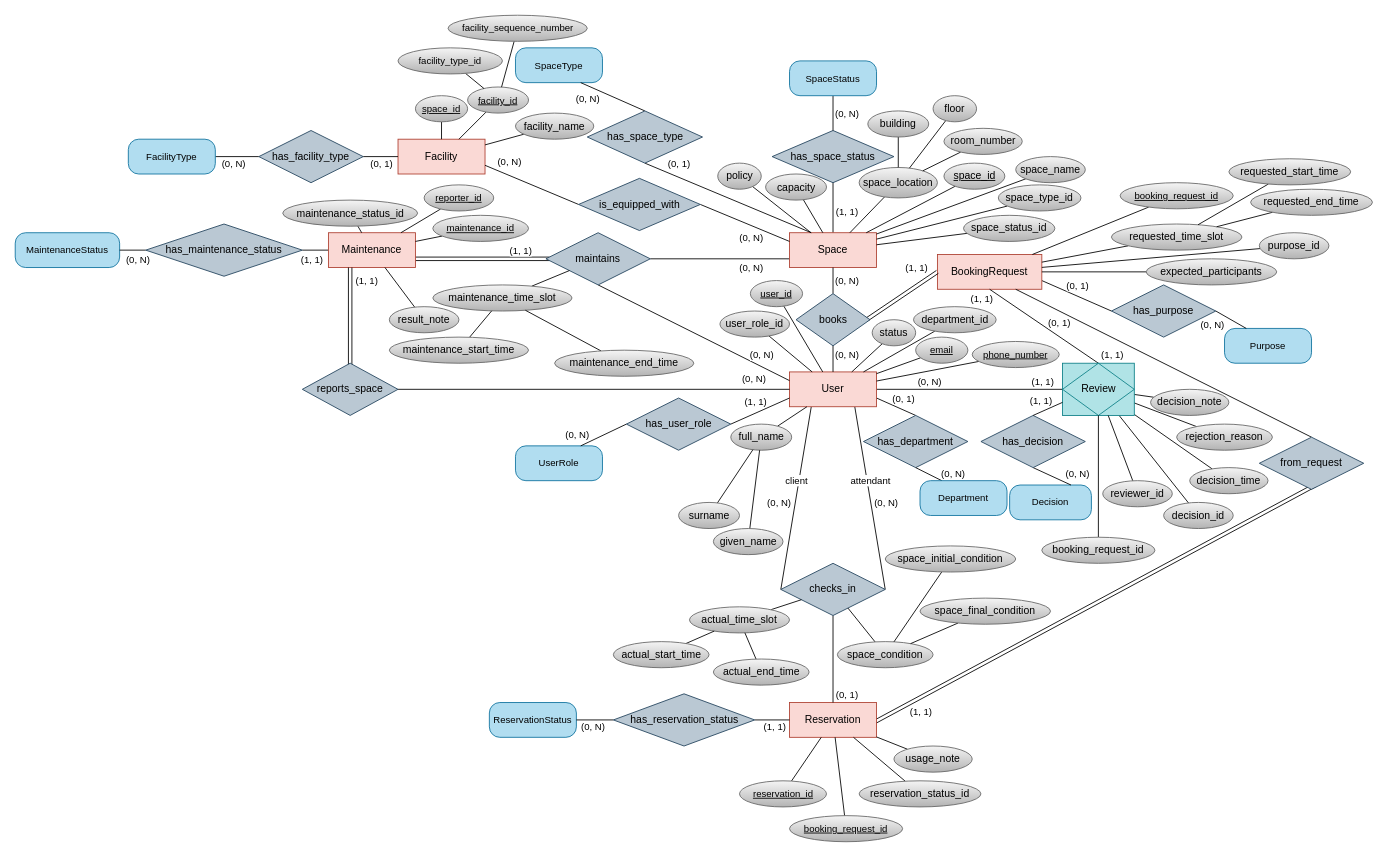
Above: assets/conceptual.drawio in fungusdesu/cs486-project (draw.io), before the change. Source tidied: cells renumbered, new cells numbered last; positions are measured from the earlier drawing's top-left corner, leaving out a move shared by most shapes. Both pictures are drawn from the tidied source at 87%, with x=0, y=0 at pixel (15, 15).
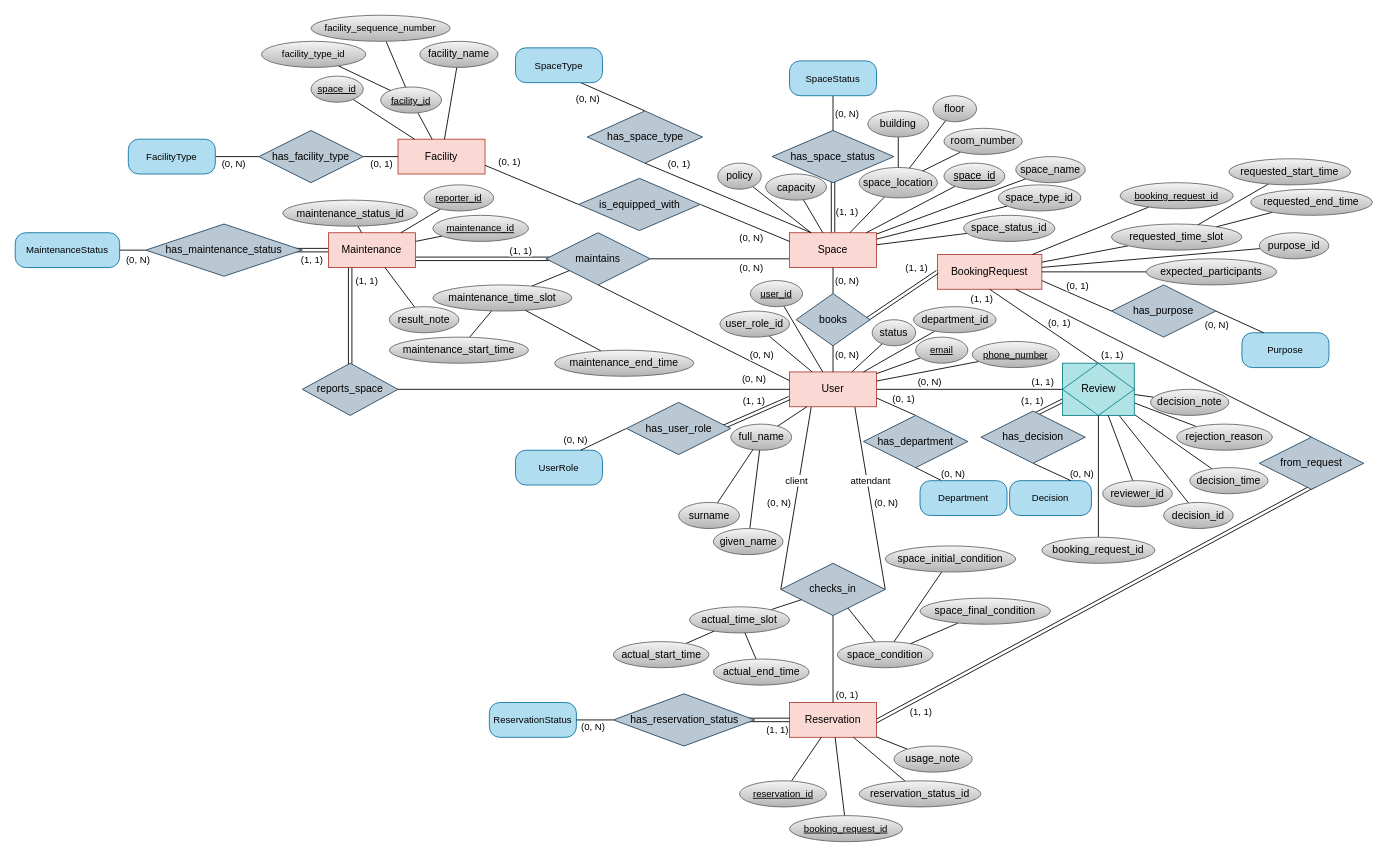
After the change.

Commit message (it also covers changes not shown here):
added bkp files to gitignore and fixred svg diagram conceptual

The change refers to these unchanged cells:
```xml
<mxCell id="6" value="&lt;div&gt;Space&lt;/div&gt;" style="whiteSpace=wrap;html=1;align=center;fillColor=#fad9d5;strokeColor=#ae4132;" parent="1" vertex="1">
  <mxGeometry x="890" y="250" width="100" height="40" as="geometry" />
</mxCell>
<mxCell id="13" value="&lt;div&gt;User&lt;/div&gt;" style="whiteSpace=wrap;html=1;align=center;fillColor=#fad9d5;strokeColor=#ae4132;" parent="1" vertex="1">
  <mxGeometry x="890" y="410" width="100" height="40" as="geometry" />
</mxCell>
<mxCell id="16" value="&lt;div&gt;Reservation&lt;/div&gt;" style="whiteSpace=wrap;html=1;align=center;fillColor=#fad9d5;strokeColor=#ae4132;" parent="1" vertex="1">
  <mxGeometry x="890" y="790" width="100" height="40" as="geometry" />
</mxCell>
<mxCell id="19" value="Maintenance" style="whiteSpace=wrap;html=1;align=center;fillColor=#fad9d5;strokeColor=#ae4132;" parent="1" vertex="1">
  <mxGeometry x="360" y="250" width="100" height="40" as="geometry" />
</mxCell>
<mxCell id="20" style="rounded=0;jettySize=auto;html=1;endArrow=none;endFill=0;exitX=0;exitY=0.5;exitDx=0;exitDy=0;entryX=1;entryY=0.75;entryDx=0;entryDy=0;" parent="1" edge="1" source="23" target="3">
  <mxGeometry relative="1" as="geometry" />
</mxCell>
<mxCell id="156" value="&lt;div&gt;Review&lt;/div&gt;" style="shape=associativeEntity;whiteSpace=wrap;html=1;align=center;fillColor=#b0e3e6;strokeColor=#0e8088;" parent="1" vertex="1">
  <mxGeometry x="1203.8" y="400" width="82.5" height="60" as="geometry" />
</mxCell>
<mxCell id="175" value="has_space_status" style="shape=rhombus;perimeter=rhombusPerimeter;whiteSpace=wrap;html=1;align=center;strokeColor=#23445d;verticalAlign=middle;fontFamily=Helvetica;fontSize=12;fillColor=#bac8d3;fontColor=default;" parent="1" vertex="1">
  <mxGeometry x="870" y="132.5" width="140" height="60" as="geometry" />
</mxCell>
<mxCell id="205" value="has_reservation_status" style="shape=rhombus;perimeter=rhombusPerimeter;whiteSpace=wrap;html=1;align=center;strokeColor=#23445d;verticalAlign=middle;fontFamily=Helvetica;fontSize=12;fillColor=#bac8d3;fontColor=default;" parent="1" vertex="1">
  <mxGeometry x="687.5" y="780" width="162.5" height="60" as="geometry" />
</mxCell>
<mxCell id="210" value="has_maintenance_status" style="shape=rhombus;perimeter=rhombusPerimeter;whiteSpace=wrap;html=1;align=center;strokeColor=#23445d;verticalAlign=middle;fontFamily=Helvetica;fontSize=12;fillColor=#bac8d3;fontColor=default;" parent="1" vertex="1">
  <mxGeometry x="150" y="240" width="180" height="60" as="geometry" />
</mxCell>
```

What changed in the source:
```diff
@@
+    <mxCell id="199" style="edgeStyle=none;shape=link;rounded=0;jettySize=auto;html=1;exitX=0.076;exitY=0.667;exitDx=0;exitDy=0;entryX=0.417;entryY=0.167;entryDx=0;entryDy=0;strokeColor=default;align=center;verticalAlign=middle;fontFamily=Helvetica;fontSize=11;fontColor=default;labelBackgroundColor=default;endArrow=none;endFill=0;exitPerimeter=0;entryPerimeter=0;" parent="1" edge="1" source="156" target="198">
+      <mxGeometry relative="1" as="geometry" />
+    </mxCell>
@@
-    <mxCell id="5" style="edgeStyle=none;shape=connector;rounded=0;jettySize=auto;html=1;exitX=0.5;exitY=0;exitDx=0;exitDy=0;entryX=0.5;entryY=1;entryDx=0;entryDy=0;strokeColor=default;align=center;verticalAlign=middle;fontFamily=Helvetica;fontSize=11;fontColor=default;labelBackgroundColor=default;endArrow=none;endFill=0;" parent="1" edge="1" source="6" target="175">
+    <mxCell id="5" style="edgeStyle=none;shape=link;rounded=0;jettySize=auto;html=1;exitX=0.5;exitY=0;exitDx=0;exitDy=0;strokeColor=default;align=center;verticalAlign=middle;fontFamily=Helvetica;fontSize=11;fontColor=default;labelBackgroundColor=default;endArrow=none;endFill=0;curved=0;entryX=0.5;entryY=0.792;entryDx=0;entryDy=0;entryPerimeter=0;" parent="1" edge="1" source="6" target="175">
       <mxGeometry relative="1" as="geometry" />
     </mxCell>
@@
-    <mxCell id="18" style="edgeStyle=none;shape=connector;rounded=0;jettySize=auto;html=1;exitX=0;exitY=0.5;exitDx=0;exitDy=0;entryX=1;entryY=0.5;entryDx=0;entryDy=0;strokeColor=default;align=center;verticalAlign=middle;fontFamily=Helvetica;fontSize=11;fontColor=default;labelBackgroundColor=default;endArrow=none;endFill=0;" parent="1" edge="1" source="19" target="210">
+    <mxCell id="18" style="edgeStyle=none;shape=link;rounded=0;jettySize=auto;html=1;exitX=0;exitY=0.5;exitDx=0;exitDy=0;strokeColor=default;align=center;verticalAlign=middle;fontFamily=Helvetica;fontSize=11;fontColor=default;labelBackgroundColor=default;endArrow=none;endFill=0;entryX=0.944;entryY=0.5;entryDx=0;entryDy=0;entryPerimeter=0;" parent="1" edge="1" source="19" target="210">
       <mxGeometry relative="1" as="geometry" />
     </mxCell>
@@
-    <mxCell id="21" value="(0, N)" style="edgeLabel;html=1;align=center;verticalAlign=middle;fontFamily=Helvetica;fontSize=11;fontColor=default;labelBackgroundColor=default;" parent="20" vertex="1">
+    <mxCell id="21" value="(0, 1)" style="edgeLabel;html=1;align=center;verticalAlign=middle;fontFamily=Helvetica;fontSize=11;fontColor=default;labelBackgroundColor=default;" parent="20" vertex="1">
       <mxGeometry x="0.43" y="-1" relative="1" as="geometry">
         <mxPoint x="-4" y="-16" as="offset" />
       </mxGeometry>
     </mxCell>
@@
     <mxCell id="74" value="facility_id" style="ellipse;whiteSpace=wrap;html=1;align=center;fontStyle=4;fontFamily=Helvetica;fontSize=11;labelBackgroundColor=none;fillColor=#f5f5f5;gradientColor=#b3b3b3;strokeColor=#666666;" parent="1" vertex="1">
-      <mxGeometry x="520" y="82.5" width="70" height="30" as="geometry" />
+      <mxGeometry x="420" y="82.5" width="70" height="30" as="geometry" />
     </mxCell>
@@
     <mxCell id="76" value="space_id" style="ellipse;whiteSpace=wrap;html=1;align=center;fontStyle=4;fontFamily=Helvetica;fontSize=11;labelBackgroundColor=none;fillColor=#f5f5f5;gradientColor=#b3b3b3;strokeColor=#666666;" parent="1" vertex="1">
-      <mxGeometry x="460" y="92.5" width="60" height="30" as="geometry" />
+      <mxGeometry x="340" y="70" width="60" height="30" as="geometry" />
     </mxCell>
@@
     <mxCell id="78" value="facility_name" style="ellipse;whiteSpace=wrap;html=1;align=center;fillColor=#f5f5f5;gradientColor=#b3b3b3;strokeColor=#666666;labelBackgroundColor=none;" parent="1" vertex="1">
-      <mxGeometry x="575" y="112.5" width="90" height="30" as="geometry" />
+      <mxGeometry x="465" y="30" width="90" height="30" as="geometry" />
     </mxCell>
@@
     <mxCell id="80" value="facility_type_id" style="ellipse;whiteSpace=wrap;html=1;align=center;fontStyle=0;fontFamily=Helvetica;fontSize=11;labelBackgroundColor=none;fillColor=#f5f5f5;gradientColor=#b3b3b3;strokeColor=#666666;" parent="1" vertex="1">
-      <mxGeometry x="440" y="37.5" width="120" height="30" as="geometry" />
+      <mxGeometry x="283" y="30" width="120" height="30" as="geometry" />
     </mxCell>
@@
     <mxCell id="82" value="facility_sequence_number" style="ellipse;whiteSpace=wrap;html=1;align=center;fontStyle=0;fontFamily=Helvetica;fontSize=11;labelBackgroundColor=none;fillColor=#f5f5f5;gradientColor=#b3b3b3;strokeColor=#666666;" parent="1" vertex="1">
-      <mxGeometry x="497.5" width="160" height="30" as="geometry" />
+      <mxGeometry x="340" width="160" height="30" as="geometry" />
     </mxCell>
@@
-    <mxCell id="163" value="SpaceType" style="rounded=1;arcSize=30;whiteSpace=wrap;html=1;align=center;fontFamily=Helvetica;fontSize=11;labelBackgroundColor=none;glass=0;shadow=0;perimeterSpacing=0;strokeWidth=1;fillColor=#b1ddf0;strokeColor=#10739e;" parent="1" vertex="1">
-      <mxGeometry x="575" y="37.5" width="100" height="40" as="geometry" />
-    </mxCell>
@@
     <mxCell id="169" value="UserRole" style="rounded=1;arcSize=30;whiteSpace=wrap;html=1;align=center;fontFamily=Helvetica;fontSize=11;labelBackgroundColor=none;glass=0;shadow=0;perimeterSpacing=0;strokeWidth=1;fillColor=#b1ddf0;strokeColor=#10739e;" parent="1" vertex="1">
-      <mxGeometry x="575" y="495" width="100" height="40" as="geometry" />
+      <mxGeometry x="575" y="500" width="100" height="40" as="geometry" />
     </mxCell>
-    <mxCell id="170" style="edgeStyle=none;shape=connector;rounded=0;jettySize=auto;html=1;exitX=1;exitY=0.5;exitDx=0;exitDy=0;strokeColor=default;align=center;verticalAlign=middle;fontFamily=Helvetica;fontSize=11;fontColor=default;labelBackgroundColor=default;endArrow=none;endFill=0;entryX=0;entryY=0.75;entryDx=0;entryDy=0;" parent="1" edge="1" source="172" target="13">
+    <mxCell id="170" style="edgeStyle=none;shape=link;rounded=0;jettySize=auto;html=1;exitX=0.896;exitY=0.5;exitDx=0;exitDy=0;strokeColor=default;align=center;verticalAlign=middle;fontFamily=Helvetica;fontSize=11;fontColor=default;labelBackgroundColor=default;endArrow=none;endFill=0;entryX=0;entryY=0.75;entryDx=0;entryDy=0;exitPerimeter=0;" parent="1" edge="1" source="172" target="13">
       <mxGeometry relative="1" as="geometry" />
     </mxCell>
@@
     <mxCell id="172" value="has_user_role" style="shape=rhombus;perimeter=rhombusPerimeter;whiteSpace=wrap;html=1;align=center;strokeColor=#23445d;verticalAlign=middle;fontFamily=Helvetica;fontSize=12;fillColor=#bac8d3;fontColor=default;" parent="1" vertex="1">
-      <mxGeometry x="702.5" y="440" width="120" height="60" as="geometry" />
+      <mxGeometry x="702.5" y="445" width="120" height="60" as="geometry" />
     </mxCell>
     <mxCell id="173" value="(1, 1)" style="edgeLabel;html=1;align=center;verticalAlign=middle;fontFamily=Helvetica;fontSize=11;fontColor=default;labelBackgroundColor=default;" parent="1" vertex="1">
-      <mxGeometry x="852" y="446" as="geometry">
+      <mxGeometry x="850" y="445" as="geometry">
         <mxPoint x="-2" y="-3" as="offset" />
       </mxGeometry>
     </mxCell>
     <mxCell id="174" value="(0, N)" style="edgeLabel;html=1;align=center;verticalAlign=middle;fontFamily=Helvetica;fontSize=11;fontColor=default;labelBackgroundColor=default;" parent="1" vertex="1">
-      <mxGeometry x="647.5" y="485" as="geometry">
+      <mxGeometry x="645" y="490" as="geometry">
         <mxPoint x="-2" y="-3" as="offset" />
       </mxGeometry>
     </mxCell>
@@
     <mxCell id="191" value="Purpose" style="rounded=1;arcSize=30;whiteSpace=wrap;html=1;align=center;fontFamily=Helvetica;fontSize=11;labelBackgroundColor=none;glass=0;shadow=0;perimeterSpacing=0;strokeWidth=1;fillColor=#b1ddf0;strokeColor=#10739e;" parent="1" vertex="1">
-      <mxGeometry x="1390" y="360" width="100" height="40" as="geometry" />
+      <mxGeometry x="1410" y="365" width="100" height="40" as="geometry" />
     </mxCell>
@@
     <mxCell id="195" value="(0, N)" style="edgeLabel;html=1;align=center;verticalAlign=middle;fontFamily=Helvetica;fontSize=11;fontColor=default;labelBackgroundColor=default;" parent="1" vertex="1">
-      <mxGeometry x="1375" y="355" as="geometry" />
+      <mxGeometry x="1380" y="355" as="geometry" />
     </mxCell>
     <mxCell id="196" value="Decision" style="rounded=1;arcSize=30;whiteSpace=wrap;html=1;align=center;fontFamily=Helvetica;fontSize=11;labelBackgroundColor=none;glass=0;shadow=0;perimeterSpacing=0;strokeWidth=1;fillColor=#b1ddf0;strokeColor=#10739e;" parent="1" vertex="1">
-      <mxGeometry x="1143" y="540" width="94" height="40" as="geometry" />
+      <mxGeometry x="1143" y="535" width="94" height="40" as="geometry" />
     </mxCell>
@@
     <mxCell id="198" value="has_decision" style="shape=rhombus;perimeter=rhombusPerimeter;whiteSpace=wrap;html=1;align=center;strokeColor=#23445d;verticalAlign=middle;fontFamily=Helvetica;fontSize=12;fillColor=#bac8d3;fontColor=default;" parent="1" vertex="1">
-      <mxGeometry x="1110" y="460" width="120" height="60" as="geometry" />
+      <mxGeometry x="1110" y="455" width="120" height="60" as="geometry" />
     </mxCell>
-    <mxCell id="199" style="edgeStyle=none;shape=connector;rounded=0;jettySize=auto;html=1;exitX=0;exitY=0.75;exitDx=0;exitDy=0;entryX=0.5;entryY=0;entryDx=0;entryDy=0;strokeColor=default;align=center;verticalAlign=middle;fontFamily=Helvetica;fontSize=11;fontColor=default;labelBackgroundColor=default;endArrow=none;endFill=0;" parent="1" edge="1" source="156" target="198">
-      <mxGeometry relative="1" as="geometry" />
-    </mxCell>
     <mxCell id="200" value="(1, 1)" style="edgeLabel;html=1;align=center;verticalAlign=middle;fontFamily=Helvetica;fontSize=11;fontColor=default;labelBackgroundColor=default;" parent="1" vertex="1">
-      <mxGeometry x="1180" y="445" as="geometry">
+      <mxGeometry x="1170" y="445" as="geometry">
         <mxPoint x="-2" y="-3" as="offset" />
       </mxGeometry>
     </mxCell>
     <mxCell id="201" value="(0, N)" style="edgeLabel;html=1;align=center;verticalAlign=middle;fontFamily=Helvetica;fontSize=11;fontColor=default;labelBackgroundColor=default;" parent="1" vertex="1">
-      <mxGeometry x="1220" y="526" as="geometry" />
+      <mxGeometry x="1225" y="526" as="geometry" />
     </mxCell>
@@
-    <mxCell id="203" style="edgeStyle=none;shape=connector;rounded=0;jettySize=auto;html=1;exitX=1;exitY=0.5;exitDx=0;exitDy=0;entryX=0;entryY=0.5;entryDx=0;entryDy=0;strokeColor=default;align=center;verticalAlign=middle;fontFamily=Helvetica;fontSize=11;fontColor=default;labelBackgroundColor=default;endArrow=none;endFill=0;" parent="1" edge="1" source="205" target="16">
+    <mxCell id="203" style="edgeStyle=none;shape=link;rounded=0;jettySize=auto;html=1;exitX=0.938;exitY=0.5;exitDx=0;exitDy=0;entryX=0;entryY=0.5;entryDx=0;entryDy=0;strokeColor=default;align=center;verticalAlign=middle;fontFamily=Helvetica;fontSize=11;fontColor=default;labelBackgroundColor=default;endArrow=none;endFill=0;exitPerimeter=0;" parent="1" edge="1" source="205" target="16">
       <mxGeometry relative="1" as="geometry" />
     </mxCell>
@@
     <mxCell id="206" value="(1, 1)" style="edgeLabel;html=1;align=center;verticalAlign=middle;fontFamily=Helvetica;fontSize=11;fontColor=default;labelBackgroundColor=default;" parent="1" vertex="1">
-      <mxGeometry x="872" y="817" as="geometry" />
+      <mxGeometry x="875" y="820" as="geometry" />
     </mxCell>
@@
+    <mxCell id="163" value="SpaceType" style="rounded=1;arcSize=30;whiteSpace=wrap;html=1;align=center;fontFamily=Helvetica;fontSize=11;labelBackgroundColor=none;glass=0;shadow=0;perimeterSpacing=0;strokeWidth=1;fillColor=#b1ddf0;strokeColor=#10739e;" parent="1" vertex="1">
+      <mxGeometry x="575" y="37.5" width="100" height="40" as="geometry" />
+    </mxCell>
```
